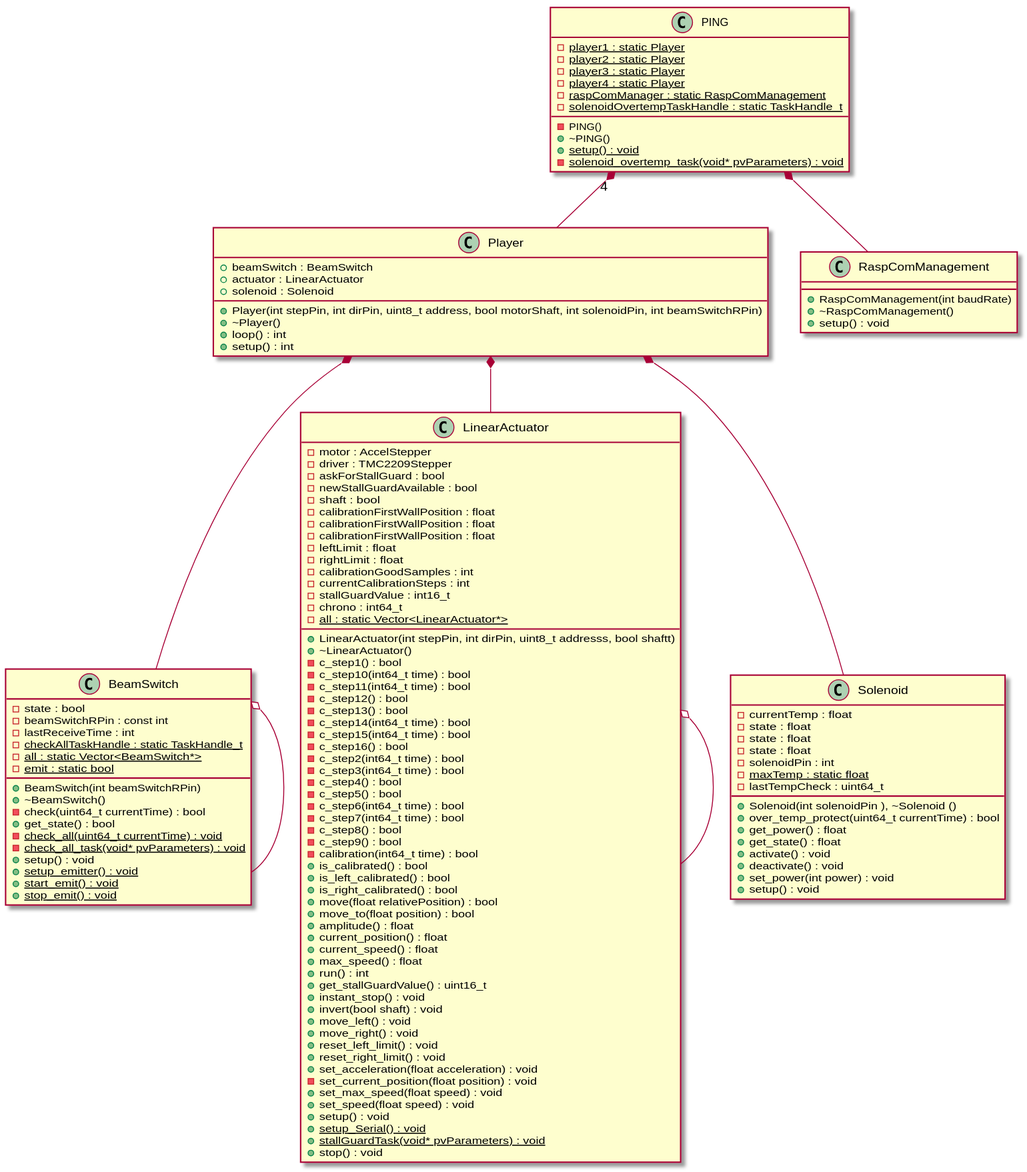
Above: docs/esp32.svg in 2PING2/PING2 (PlantUML), before the change.
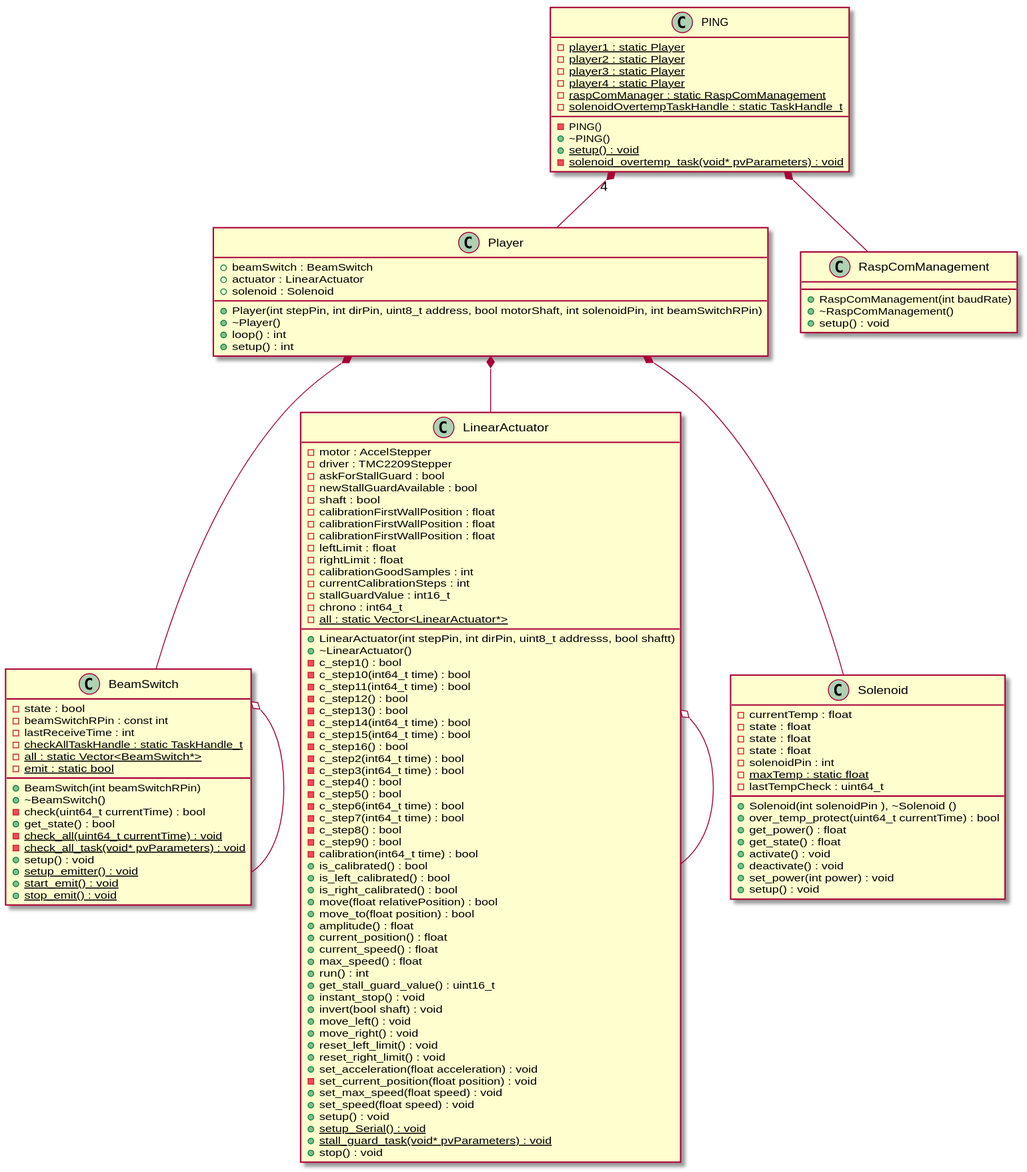
Later version of the same file.

Commit message:
Updated UML diagram

Diff of the diagram source:
```diff
@@ -70,7 +70,7 @@
 	-stallGuardValue : int16_t
 	-chrono : int64_t
 	-{static} all : static Vector<LinearActuator*>
-	+get_stallGuardValue() : uint16_t
+	+get_stall_guard_value() : uint16_t
 	+instant_stop() : void
 	+invert(bool shaft) : void
 	+move_left() : void
@@ -83,7 +83,7 @@
 	+set_speed(float speed) : void
 	+setup() : void
 	+{static} setup_Serial() : void
-	+{static} stallGuardTask(void* pvParameters) : void
+	+{static} stall_guard_task(void* pvParameters) : void
 	+stop() : void
 }
 
```
